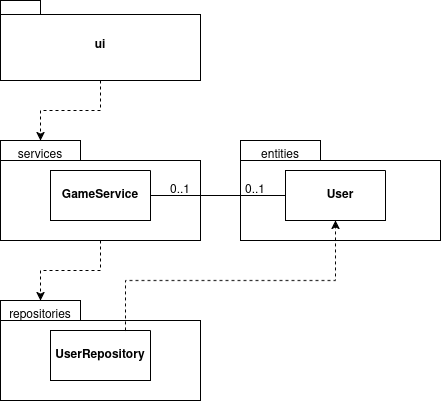
Above: dokumentaatio/kuvat/arkkitehtuuri-pakkaus-luokat.png in jaahauss/ot-harjoitustyo (draw.io), before the change. Source tidied: cells renumbered, new cells last; positions are measured from the earlier drawing's top-left corner, leaving out a move shared by most shapes. Source of this version:
```xml
<mxGraphModel>
  <root>
    <mxCell id="0" />
    <mxCell id="1" parent="0" />
    <mxCell id="2" style="edgeStyle=orthogonalEdgeStyle;rounded=0;jettySize=auto;html=1;dashed=1;" parent="1" edge="1" source="3" target="10">
      <mxGeometry relative="1" as="geometry" />
    </mxCell>
    <mxCell id="3" value="ui" style="shape=folder;fontStyle=1;spacingTop=10;tabWidth=40;tabHeight=14;tabPosition=left;html=1;whiteSpace=wrap;" parent="1" vertex="1">
      <mxGeometry width="200" height="80" as="geometry" />
    </mxCell>
    <mxCell id="4" style="edgeStyle=orthogonalEdgeStyle;rounded=0;jettySize=auto;html=1;dashed=1;" parent="1" edge="1" source="5" target="14">
      <mxGeometry relative="1" as="geometry" />
    </mxCell>
    <mxCell id="5" value="GameService" style="shape=folder;fontStyle=1;spacingTop=10;tabWidth=80;tabHeight=20;tabPosition=left;html=1;whiteSpace=wrap;" parent="1" vertex="1">
      <mxGeometry y="140" width="200" height="100" as="geometry" />
    </mxCell>
    <mxCell id="6" style="swimlane;startSize=0;" parent="1" vertex="1">
      <mxGeometry x="50" y="170" width="100" height="50" as="geometry" />
    </mxCell>
    <mxCell id="7" value="User" style="shape=folder;fontStyle=1;spacingTop=10;tabWidth=80;tabHeight=20;tabPosition=left;html=1;whiteSpace=wrap;" parent="1" vertex="1">
      <mxGeometry x="240" y="140" width="200" height="100" as="geometry" />
    </mxCell>
    <mxCell id="8" style="swimlane;startSize=0;" parent="1" vertex="1">
      <mxGeometry x="285" y="170" width="100" height="50" as="geometry" />
    </mxCell>
    <mxCell id="9" value="entities" style="text;html=1;align=center;verticalAlign=middle;whiteSpace=wrap;rounded=0;" parent="1" vertex="1">
      <mxGeometry x="250" y="140" width="60" height="30" as="geometry" />
    </mxCell>
    <mxCell id="10" value="services" style="text;html=1;align=center;verticalAlign=middle;whiteSpace=wrap;rounded=0;" parent="1" vertex="1">
      <mxGeometry x="10" y="140" width="60" height="30" as="geometry" />
    </mxCell>
    <mxCell id="11" value="UserRepository" style="shape=folder;fontStyle=1;spacingTop=10;tabWidth=80;tabHeight=20;tabPosition=left;html=1;whiteSpace=wrap;" parent="1" vertex="1">
      <mxGeometry y="300" width="200" height="100" as="geometry" />
    </mxCell>
    <mxCell id="12" style="edgeStyle=orthogonalEdgeStyle;rounded=0;jettySize=auto;html=1;exitX=0.75;exitY=0;exitDx=0;exitDy=0;entryX=0.5;entryY=1;entryDx=0;entryDy=0;dashed=1;" parent="1" edge="1" source="13" target="8">
      <mxGeometry relative="1" as="geometry">
        <Array as="points">
          <mxPoint x="125" y="280" />
          <mxPoint x="335" y="280" />
        </Array>
      </mxGeometry>
    </mxCell>
    <mxCell id="13" style="swimlane;startSize=0;" parent="1" vertex="1">
      <mxGeometry x="50" y="330" width="100" height="50" as="geometry" />
    </mxCell>
    <mxCell id="14" value="repositories" style="text;html=1;align=center;verticalAlign=middle;whiteSpace=wrap;rounded=0;" parent="1" vertex="1">
      <mxGeometry x="10" y="300" width="60" height="30" as="geometry" />
    </mxCell>
    <mxCell id="15" style="endArrow=none;html=1;rounded=0;exitX=1;exitY=0.5;exitDx=0;exitDy=0;entryX=0;entryY=0.5;entryDx=0;entryDy=0;" parent="1" edge="1" source="6" target="8">
      <mxGeometry relative="1" as="geometry" />
    </mxCell>
    <mxCell id="16" value="0..1" style="text;html=1;align=center;verticalAlign=middle;whiteSpace=wrap;rounded=0;" parent="1" vertex="1">
      <mxGeometry x="150" y="175" width="60" height="30" as="geometry" />
    </mxCell>
    <mxCell id="17" value="0..1" style="text;html=1;align=center;verticalAlign=middle;whiteSpace=wrap;rounded=0;" parent="1" vertex="1">
      <mxGeometry x="225" y="175" width="60" height="30" as="geometry" />
    </mxCell>
  </root>
</mxGraphModel>
```
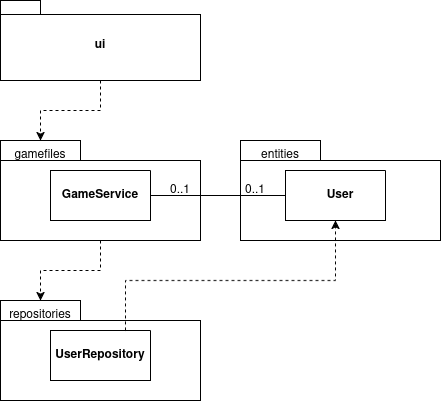
The same diagram one commit later.

The edit, as a diff of the source:
```diff
@@ -26,7 +26,7 @@
     <mxCell id="9" value="entities" style="text;html=1;align=center;verticalAlign=middle;whiteSpace=wrap;rounded=0;" parent="1" vertex="1">
       <mxGeometry x="250" y="140" width="60" height="30" as="geometry" />
     </mxCell>
-    <mxCell id="10" value="services" style="text;html=1;align=center;verticalAlign=middle;whiteSpace=wrap;rounded=0;" parent="1" vertex="1">
+    <mxCell id="10" value="gamefiles" style="text;html=1;align=center;verticalAlign=middle;whiteSpace=wrap;rounded=0;" parent="1" vertex="1">
       <mxGeometry x="10" y="140" width="60" height="30" as="geometry" />
     </mxCell>
     <mxCell id="11" value="UserRepository" style="shape=folder;fontStyle=1;spacingTop=10;tabWidth=80;tabHeight=20;tabPosition=left;html=1;whiteSpace=wrap;" parent="1" vertex="1">
```
